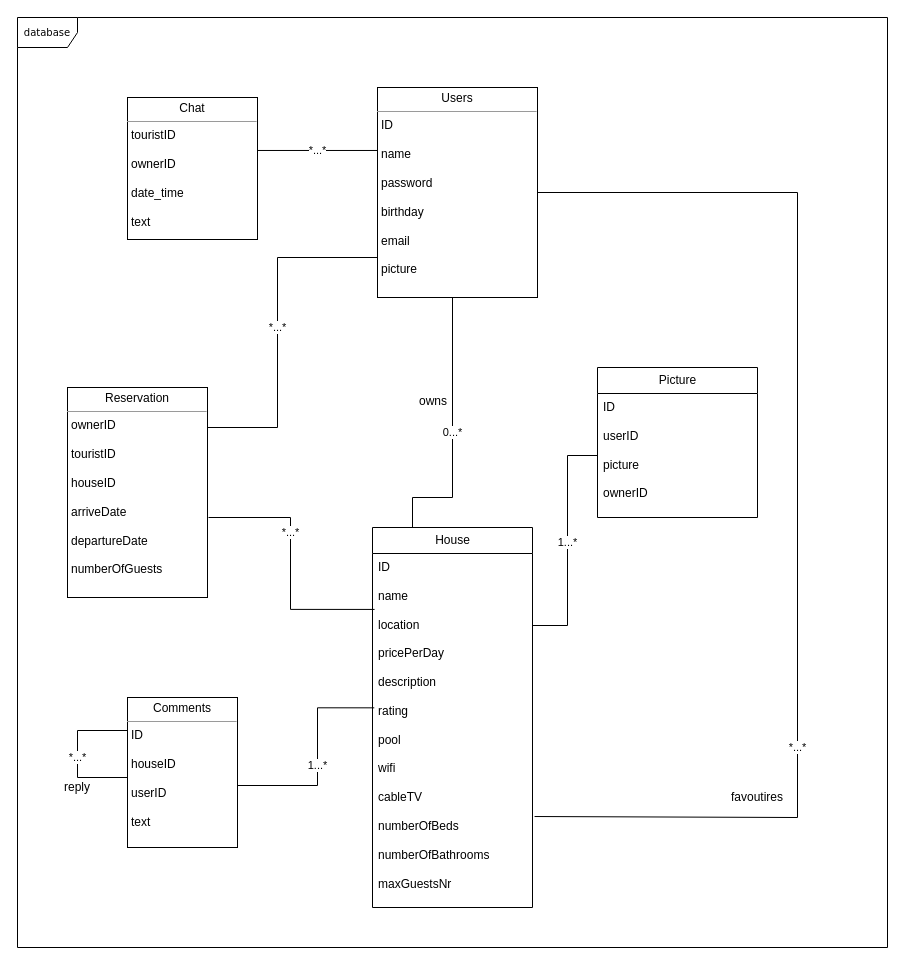
This is Final Project/database/UMLs/database.drawio from bgarrido7/feup-ltw, a draw.io file, before an edit. Source tidied: cells renumbered, new cells numbered last; positions are measured from the earlier drawing's top-left corner, leaving out a move shared by most shapes. Both pictures are drawn from the tidied source at 100%, with x=0, y=0 at pixel (17, 17).
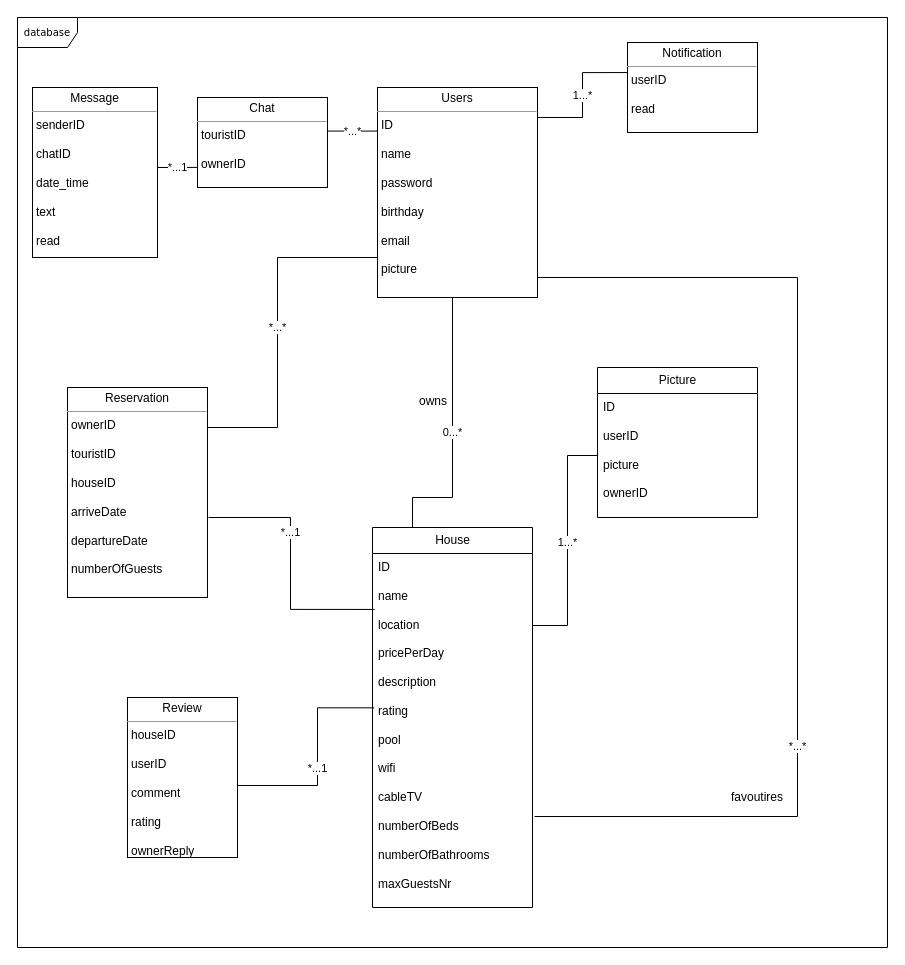
The same diagram, later.

Unchanged cells that the change refers to:
```xml
<mxCell id="5" value="&lt;div&gt;ID&lt;/div&gt;&lt;div&gt;&lt;br&gt;&lt;/div&gt;&lt;div&gt;name&lt;/div&gt;&lt;div&gt;&lt;br&gt;&lt;/div&gt;&lt;div&gt;location&lt;/div&gt;&lt;div&gt;&lt;br&gt;&lt;/div&gt;&lt;div&gt;pricePerDay&lt;/div&gt;&lt;div&gt;&lt;br&gt;&lt;/div&gt;&lt;div&gt;description&lt;/div&gt;&lt;div&gt;&lt;br&gt;&lt;/div&gt;&lt;div&gt;rating&lt;/div&gt;&lt;div&gt;&lt;br&gt;&lt;/div&gt;&lt;div&gt;pool&lt;/div&gt;&lt;div&gt;&lt;br&gt;&lt;/div&gt;&lt;div&gt;wifi&lt;/div&gt;&lt;div&gt;&lt;br&gt;&lt;/div&gt;&lt;div&gt;cableTV&lt;/div&gt;&lt;div&gt;&lt;br&gt;&lt;/div&gt;&lt;div&gt;numberOfBeds&lt;/div&gt;&lt;div&gt;&lt;br&gt;&lt;/div&gt;&lt;div&gt;numberOfBathrooms&lt;/div&gt;&lt;div&gt;&lt;br&gt;&lt;/div&gt;&lt;div&gt;maxGuestsNr&lt;br&gt;&lt;/div&gt;" style="text;html=1;strokeColor=none;fillColor=none;align=left;verticalAlign=top;spacingLeft=4;spacingRight=4;whiteSpace=wrap;overflow=hidden;points=[[0,0.5],[1,0.5]];portConstraint=eastwest;" parent="4" vertex="1">
  <mxGeometry y="26" width="160" height="354" as="geometry" />
</mxCell>
<mxCell id="9" value="&lt;p style=&quot;margin: 0px ; margin-top: 4px ; text-align: center&quot;&gt;Users&lt;/p&gt;&lt;hr size=&quot;1&quot;&gt;&lt;p style=&quot;margin: 0px ; margin-left: 4px&quot;&gt;ID&lt;/p&gt;&lt;p style=&quot;margin: 0px ; margin-left: 4px&quot;&gt;&lt;br&gt;&lt;/p&gt;&lt;p style=&quot;margin: 0px ; margin-left: 4px&quot;&gt;name&lt;/p&gt;&lt;p style=&quot;margin: 0px ; margin-left: 4px&quot;&gt;&lt;br&gt;&lt;/p&gt;&lt;p style=&quot;margin: 0px ; margin-left: 4px&quot;&gt;password&lt;/p&gt;&lt;p style=&quot;margin: 0px ; margin-left: 4px&quot;&gt;&lt;br&gt;&lt;/p&gt;&lt;p style=&quot;margin: 0px ; margin-left: 4px&quot;&gt;birthday&lt;/p&gt;&lt;p style=&quot;margin: 0px ; margin-left: 4px&quot;&gt;&lt;br&gt;&lt;/p&gt;&lt;p style=&quot;margin: 0px ; margin-left: 4px&quot;&gt;email&lt;/p&gt;&lt;p style=&quot;margin: 0px ; margin-left: 4px&quot;&gt;&lt;br&gt;&lt;/p&gt;&lt;p style=&quot;margin: 0px ; margin-left: 4px&quot;&gt;picture&lt;br&gt;&lt;/p&gt;&lt;p style=&quot;margin: 0px ; margin-left: 4px&quot;&gt;&lt;br&gt;&lt;/p&gt;" style="verticalAlign=top;align=left;overflow=fill;fontSize=12;fontFamily=Helvetica;html=1;rounded=0;shadow=0;comic=0;labelBackgroundColor=none;strokeColor=#000000;strokeWidth=1;fillColor=#ffffff;" parent="1" vertex="1">
  <mxGeometry x="360" y="70" width="160" height="210" as="geometry" />
</mxCell>
```

Diff of the diagram source:
```diff
@@
-    <mxCell id="7" value="&lt;p style=&quot;margin: 0px ; margin-top: 4px ; text-align: center&quot;&gt;Chat&lt;/p&gt;&lt;hr size=&quot;1&quot;&gt;&lt;p style=&quot;margin: 0px ; margin-left: 4px&quot;&gt;touristID&lt;/p&gt;&lt;p style=&quot;margin: 0px ; margin-left: 4px&quot;&gt;&lt;br&gt;&lt;/p&gt;&lt;p style=&quot;margin: 0px ; margin-left: 4px&quot;&gt;ownerID&lt;/p&gt;&lt;p style=&quot;margin: 0px ; margin-left: 4px&quot;&gt;&lt;br&gt;&lt;/p&gt;&lt;p style=&quot;margin: 0px ; margin-left: 4px&quot;&gt;date_time&lt;br&gt;&lt;/p&gt;&lt;p style=&quot;margin: 0px ; margin-left: 4px&quot;&gt;&lt;br&gt;&lt;/p&gt;&lt;p style=&quot;margin: 0px ; margin-left: 4px&quot;&gt;text&lt;/p&gt;&lt;p style=&quot;margin: 0px ; margin-left: 4px&quot;&gt;&lt;br&gt;&lt;/p&gt;&lt;p style=&quot;margin: 0px ; margin-left: 4px&quot;&gt;&lt;br&gt;&lt;/p&gt;&lt;hr size=&quot;1&quot;&gt;" style="verticalAlign=top;align=left;overflow=fill;fontSize=12;fontFamily=Helvetica;html=1;rounded=0;shadow=0;comic=0;labelBackgroundColor=none;strokeColor=#000000;strokeWidth=1;fillColor=#ffffff;" parent="1" vertex="1">
-      <mxGeometry x="110" y="80" width="130" height="142" as="geometry" />
+    <mxCell id="7" value="&lt;p style=&quot;margin: 0px ; margin-top: 4px ; text-align: center&quot;&gt;Chat&lt;/p&gt;&lt;hr size=&quot;1&quot;&gt;&lt;p style=&quot;margin: 0px ; margin-left: 4px&quot;&gt;touristID&lt;/p&gt;&lt;p style=&quot;margin: 0px ; margin-left: 4px&quot;&gt;&lt;br&gt;&lt;/p&gt;&lt;p style=&quot;margin: 0px ; margin-left: 4px&quot;&gt;ownerID&lt;/p&gt;&lt;p style=&quot;margin: 0px ; margin-left: 4px&quot;&gt;&lt;br&gt;&lt;/p&gt;&lt;hr size=&quot;1&quot;&gt;" style="verticalAlign=top;align=left;overflow=fill;fontSize=12;fontFamily=Helvetica;html=1;rounded=0;shadow=0;comic=0;labelBackgroundColor=none;strokeColor=#000000;strokeWidth=1;fillColor=#ffffff;" parent="1" vertex="1">
+      <mxGeometry x="180" y="80" width="130" height="90" as="geometry" />
     </mxCell>
@@
-    <mxCell id="12" value="&lt;div&gt;*...*&lt;br&gt;&lt;/div&gt;" style="edgeStyle=orthogonalEdgeStyle;rounded=0;jettySize=auto;html=1;endArrow=none;endFill=0;exitX=0.013;exitY=0.158;exitDx=0;exitDy=0;exitPerimeter=0;" parent="1" edge="1" source="5">
+    <mxCell id="12" value="&lt;div&gt;*...1&lt;br&gt;&lt;/div&gt;" style="edgeStyle=orthogonalEdgeStyle;rounded=0;jettySize=auto;html=1;endArrow=none;endFill=0;exitX=0.013;exitY=0.158;exitDx=0;exitDy=0;exitPerimeter=0;" parent="1" edge="1" source="5">
       <mxGeometry x="0.25" relative="1" as="geometry">
         <mxPoint x="191" y="500" as="targetPoint" />
         <Array as="points">
           <mxPoint x="273" y="592" />
           <mxPoint x="273" y="500" />
         </Array>
       </mxGeometry>
     </mxCell>
@@
-    <mxCell id="14" value="1...*" style="edgeStyle=orthogonalEdgeStyle;rounded=0;jettySize=auto;html=1;endArrow=none;endFill=0;exitX=0.011;exitY=0.436;exitDx=0;exitDy=0;exitPerimeter=0;entryX=1;entryY=0.677;entryDx=0;entryDy=0;entryPerimeter=0;" parent="1" edge="1" source="5" target="17">
+    <mxCell id="14" value="*...1" style="edgeStyle=orthogonalEdgeStyle;rounded=0;jettySize=auto;html=1;endArrow=none;endFill=0;exitX=0.011;exitY=0.436;exitDx=0;exitDy=0;exitPerimeter=0;entryX=1;entryY=0.677;entryDx=0;entryDy=0;entryPerimeter=0;" parent="1" edge="1" source="5" target="17">
       <mxGeometry relative="1" as="geometry">
         <Array as="points">
           <mxPoint x="300" y="690" />
           <mxPoint x="300" y="768" />
         </Array>
       </mxGeometry>
     </mxCell>
@@
-    <mxCell id="17" value="&lt;p style=&quot;margin: 0px ; margin-top: 4px ; text-align: center&quot;&gt;Comments&lt;/p&gt;&lt;hr size=&quot;1&quot;&gt;&lt;p style=&quot;margin: 0px ; margin-left: 4px&quot;&gt;ID&lt;/p&gt;&lt;p style=&quot;margin: 0px ; margin-left: 4px&quot;&gt;&lt;br&gt;&lt;/p&gt;&lt;p style=&quot;margin: 0px ; margin-left: 4px&quot;&gt;houseID&lt;/p&gt;&lt;p style=&quot;margin: 0px ; margin-left: 4px&quot;&gt;&lt;br&gt;&lt;/p&gt;&lt;p style=&quot;margin: 0px ; margin-left: 4px&quot;&gt;userID&lt;/p&gt;&lt;p style=&quot;margin: 0px ; margin-left: 4px&quot;&gt;&lt;br&gt;&lt;/p&gt;&lt;p style=&quot;margin: 0px ; margin-left: 4px&quot;&gt;text&lt;/p&gt;" style="verticalAlign=top;align=left;overflow=fill;fontSize=12;fontFamily=Helvetica;html=1;rounded=0;shadow=0;comic=0;labelBackgroundColor=none;strokeColor=#000000;strokeWidth=1;fillColor=#ffffff;" parent="1" vertex="1">
-      <mxGeometry x="110" y="680" width="110" height="150" as="geometry" />
+    <mxCell id="17" value="&lt;p style=&quot;margin: 0px ; margin-top: 4px ; text-align: center&quot;&gt;Review&lt;/p&gt;&lt;hr size=&quot;1&quot;&gt;&lt;p style=&quot;margin: 0px ; margin-left: 4px&quot;&gt;&lt;span&gt;houseID&lt;/span&gt;&lt;br&gt;&lt;/p&gt;&lt;p style=&quot;margin: 0px ; margin-left: 4px&quot;&gt;&lt;br&gt;&lt;/p&gt;&lt;p style=&quot;margin: 0px ; margin-left: 4px&quot;&gt;userID&lt;/p&gt;&lt;p style=&quot;margin: 0px ; margin-left: 4px&quot;&gt;&lt;br&gt;&lt;/p&gt;&lt;p style=&quot;margin: 0px ; margin-left: 4px&quot;&gt;comment&lt;/p&gt;&lt;p style=&quot;margin: 0px ; margin-left: 4px&quot;&gt;&lt;br&gt;&lt;/p&gt;&lt;p style=&quot;margin: 0px ; margin-left: 4px&quot;&gt;rating&lt;/p&gt;&lt;p style=&quot;margin: 0px ; margin-left: 4px&quot;&gt;&lt;br&gt;&lt;/p&gt;&lt;p style=&quot;margin: 0px ; margin-left: 4px&quot;&gt;ownerReply&lt;/p&gt;" style="verticalAlign=top;align=left;overflow=fill;fontSize=12;fontFamily=Helvetica;html=1;rounded=0;shadow=0;comic=0;labelBackgroundColor=none;strokeColor=#000000;strokeWidth=1;fillColor=#ffffff;" parent="1" vertex="1">
+      <mxGeometry x="110" y="680" width="110" height="160" as="geometry" />
     </mxCell>
-    <mxCell id="18" value="*...*" style="edgeStyle=orthogonalEdgeStyle;rounded=0;orthogonalLoop=1;jettySize=auto;html=1;entryX=0;entryY=0.5;entryDx=0;entryDy=0;endArrow=none;endFill=0;exitX=0;exitY=0.25;exitDx=0;exitDy=0;" parent="1" edge="1" source="17" target="17">
-      <mxGeometry x="0.04" relative="1" as="geometry">
-        <Array as="points">
-          <mxPoint x="60" y="713" />
-          <mxPoint x="60" y="760" />
-          <mxPoint x="110" y="760" />
-        </Array>
-      </mxGeometry>
-    </mxCell>
     <mxCell id="19" value="*...*" style="edgeStyle=orthogonalEdgeStyle;rounded=0;jettySize=auto;html=1;entryX=1.013;entryY=0.743;entryDx=0;entryDy=0;exitX=1;exitY=0.5;exitDx=0;exitDy=0;endArrow=none;endFill=0;entryPerimeter=0;" parent="1" edge="1" source="9" target="5">
       <mxGeometry x="0.42" relative="1" as="geometry">
         <Array as="points">
-          <mxPoint x="780" y="175" />
-          <mxPoint x="780" y="800" />
+          <mxPoint x="520" y="260" />
+          <mxPoint x="780" y="260" />
+          <mxPoint x="780" y="799" />
         </Array>
       </mxGeometry>
     </mxCell>
@@
-    <mxCell id="22" value="reply" style="text;html=1;strokeColor=none;fillColor=none;align=center;verticalAlign=middle;whiteSpace=wrap;rounded=0;" parent="1" vertex="1">
-      <mxGeometry x="40" y="760" width="40" height="20" as="geometry" />
-    </mxCell>
+    <mxCell id="23" value="&lt;p style=&quot;margin: 0px ; margin-top: 4px ; text-align: center&quot;&gt;Message&lt;/p&gt;&lt;hr size=&quot;1&quot;&gt;&lt;p style=&quot;margin: 0px ; margin-left: 4px&quot;&gt;senderID&lt;/p&gt;&lt;p style=&quot;margin: 0px ; margin-left: 4px&quot;&gt;&lt;br&gt;&lt;/p&gt;&lt;p style=&quot;margin: 0px ; margin-left: 4px&quot;&gt;chatID&lt;/p&gt;&lt;p style=&quot;margin: 0px ; margin-left: 4px&quot;&gt;&lt;br&gt;&lt;/p&gt;&lt;p style=&quot;margin: 0px ; margin-left: 4px&quot;&gt;&lt;span&gt;date_time&lt;/span&gt;&lt;br&gt;&lt;/p&gt;&lt;p style=&quot;margin: 0px ; margin-left: 4px&quot;&gt;&lt;br&gt;&lt;/p&gt;&lt;p style=&quot;margin: 0px ; margin-left: 4px&quot;&gt;text&lt;/p&gt;&lt;p style=&quot;margin: 0px ; margin-left: 4px&quot;&gt;&lt;br&gt;&lt;/p&gt;&lt;p style=&quot;margin: 0px ; margin-left: 4px&quot;&gt;read&lt;/p&gt;&lt;p style=&quot;margin: 0px ; margin-left: 4px&quot;&gt;&lt;br&gt;&lt;/p&gt;&lt;hr size=&quot;1&quot;&gt;" style="verticalAlign=top;align=left;overflow=fill;fontSize=12;fontFamily=Helvetica;html=1;rounded=0;shadow=0;comic=0;labelBackgroundColor=none;strokeColor=#000000;strokeWidth=1;fillColor=#ffffff;" parent="1" vertex="1">
+      <mxGeometry x="15" y="70" width="125" height="170" as="geometry" />
+    </mxCell>
+    <mxCell id="24" value="*...1" style="edgeStyle=orthogonalEdgeStyle;rounded=0;orthogonalLoop=1;jettySize=auto;html=1;endArrow=none;endFill=0;" parent="1" edge="1">
+      <mxGeometry relative="1" as="geometry">
+        <mxPoint x="180" y="149.9" as="sourcePoint" />
+        <mxPoint x="140" y="150" as="targetPoint" />
+        <Array as="points">
+          <mxPoint x="180" y="150" />
+        </Array>
+      </mxGeometry>
+    </mxCell>
+    <mxCell id="25" value="&lt;p style=&quot;margin: 0px ; margin-top: 4px ; text-align: center&quot;&gt;Notification&lt;/p&gt;&lt;hr size=&quot;1&quot;&gt;&lt;p style=&quot;margin: 0px ; margin-left: 4px&quot;&gt;userID&lt;/p&gt;&lt;p style=&quot;margin: 0px ; margin-left: 4px&quot;&gt;&lt;br&gt;&lt;/p&gt;&lt;p style=&quot;margin: 0px ; margin-left: 4px&quot;&gt;read&lt;/p&gt;&lt;p style=&quot;margin: 0px ; margin-left: 4px&quot;&gt;&lt;br&gt;&lt;/p&gt;&lt;hr size=&quot;1&quot;&gt;" style="verticalAlign=top;align=left;overflow=fill;fontSize=12;fontFamily=Helvetica;html=1;rounded=0;shadow=0;comic=0;labelBackgroundColor=none;strokeColor=#000000;strokeWidth=1;fillColor=#ffffff;" parent="1" vertex="1">
+      <mxGeometry x="610" y="25" width="130" height="90" as="geometry" />
+    </mxCell>
+    <mxCell id="26" value="1...*" style="edgeStyle=orthogonalEdgeStyle;rounded=0;jettySize=auto;html=1;endArrow=none;endFill=0;exitX=-0.004;exitY=0.334;exitDx=0;exitDy=0;exitPerimeter=0;" parent="1" edge="1" source="25" target="9">
+      <mxGeometry relative="1" as="geometry">
+        <Array as="points">
+          <mxPoint x="565" y="55" />
+          <mxPoint x="565" y="100" />
+        </Array>
+      </mxGeometry>
+    </mxCell>
```
